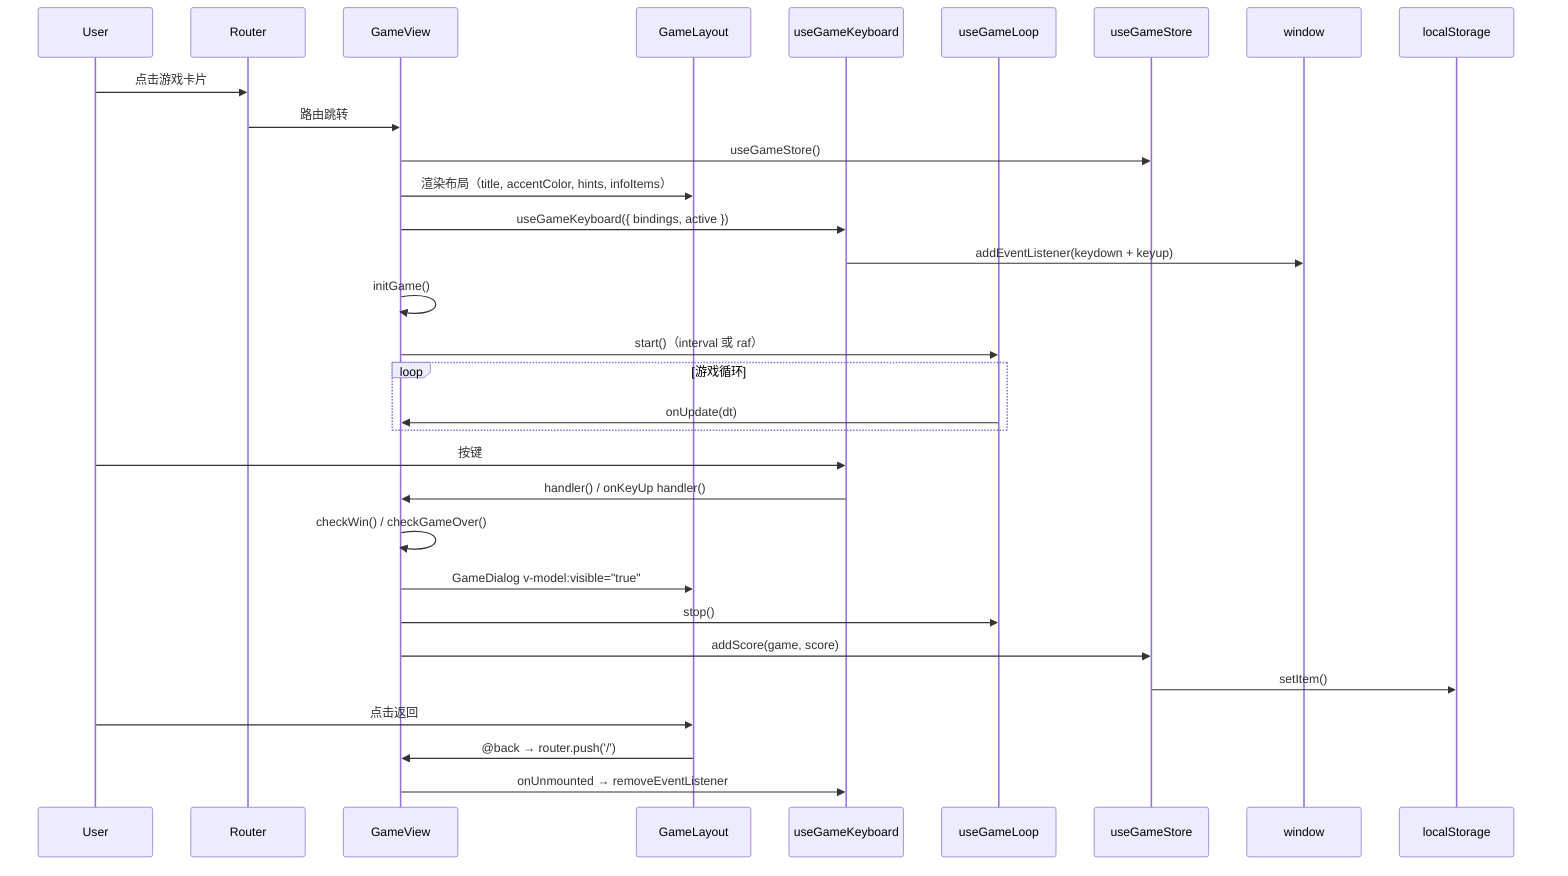
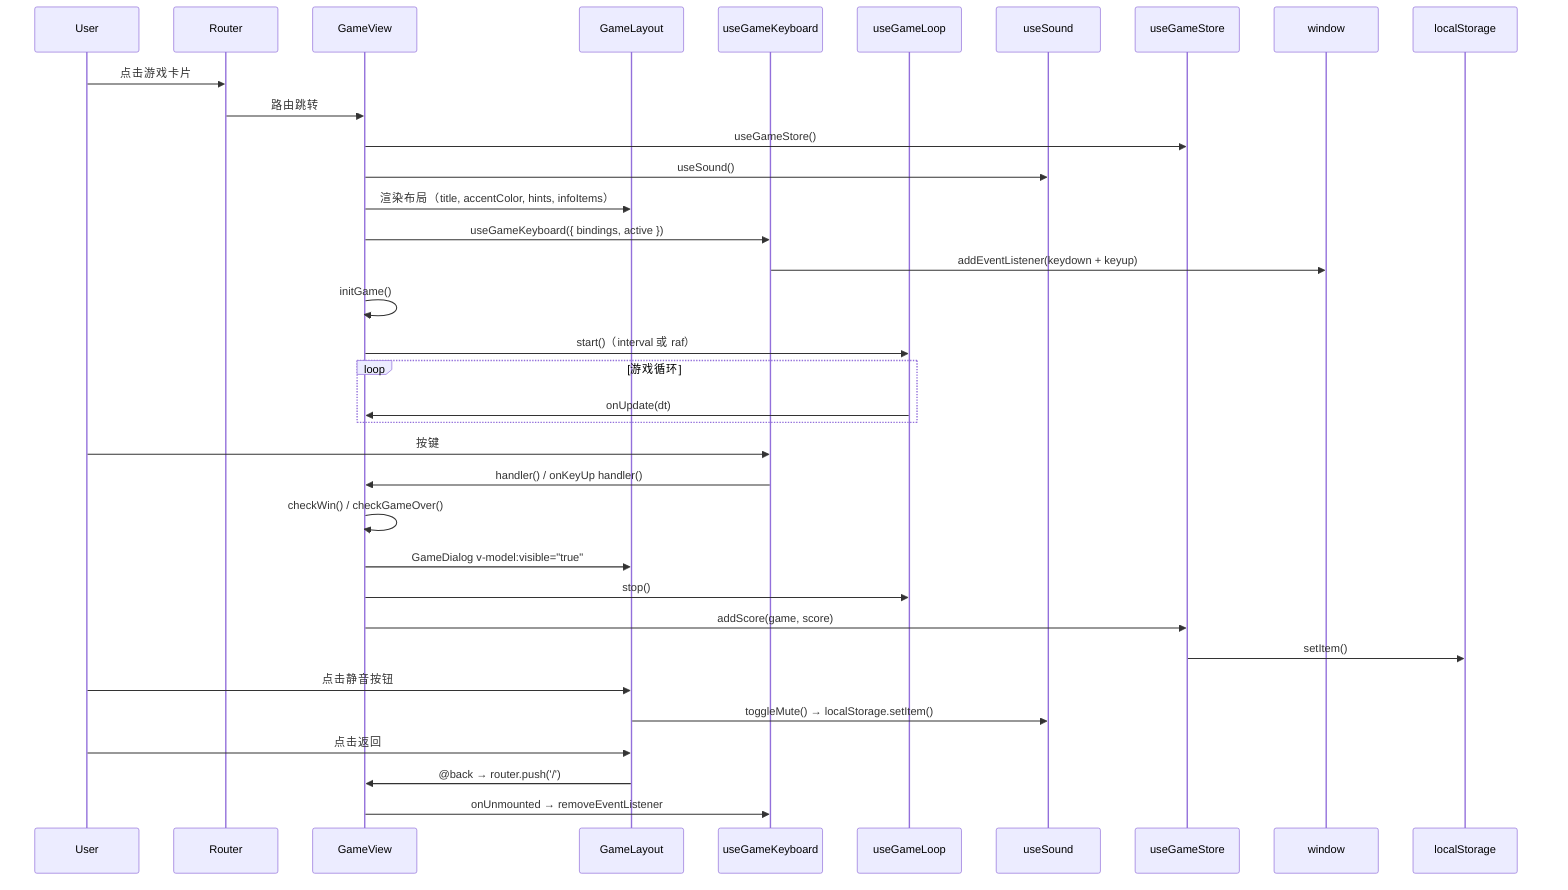
sequenceDiagram
    participant User
    participant Router
    participant GameView
    participant GameLayout
    participant useGameKeyboard
    participant useGameLoop
+     participant useSound
    participant useGameStore

    User->>Router: 点击游戏卡片
    Router->>GameView: 路由跳转
    GameView->>useGameStore: useGameStore()
+     GameView->>useSound: useSound()
    GameView->>GameLayout: 渲染布局（title, accentColor, hints, infoItems）
    GameView->>useGameKeyboard: useGameKeyboard({ bindings, active })
    useGameKeyboard->>window: addEventListener(keydown + keyup)
    GameView->>GameView: initGame()
    GameView->>useGameLoop: start()（interval 或 raf）

    loop 游戏循环
        useGameLoop->>GameView: onUpdate(dt)
    end

    User->>useGameKeyboard: 按键
    useGameKeyboard->>GameView: handler() / onKeyUp handler()

    GameView->>GameView: checkWin() / checkGameOver()

    GameView->>GameLayout: GameDialog v-model:visible="true"
    GameView->>useGameLoop: stop()
    GameView->>useGameStore: addScore(game, score)
    useGameStore->>localStorage: setItem()

+     User->>GameLayout: 点击静音按钮
+     GameLayout->>useSound: toggleMute() → localStorage.setItem()
+ 
    User->>GameLayout: 点击返回
    GameLayout->>GameView: @back → router.push('/')
    GameView->>useGameKeyboard: onUnmounted → removeEventListener
